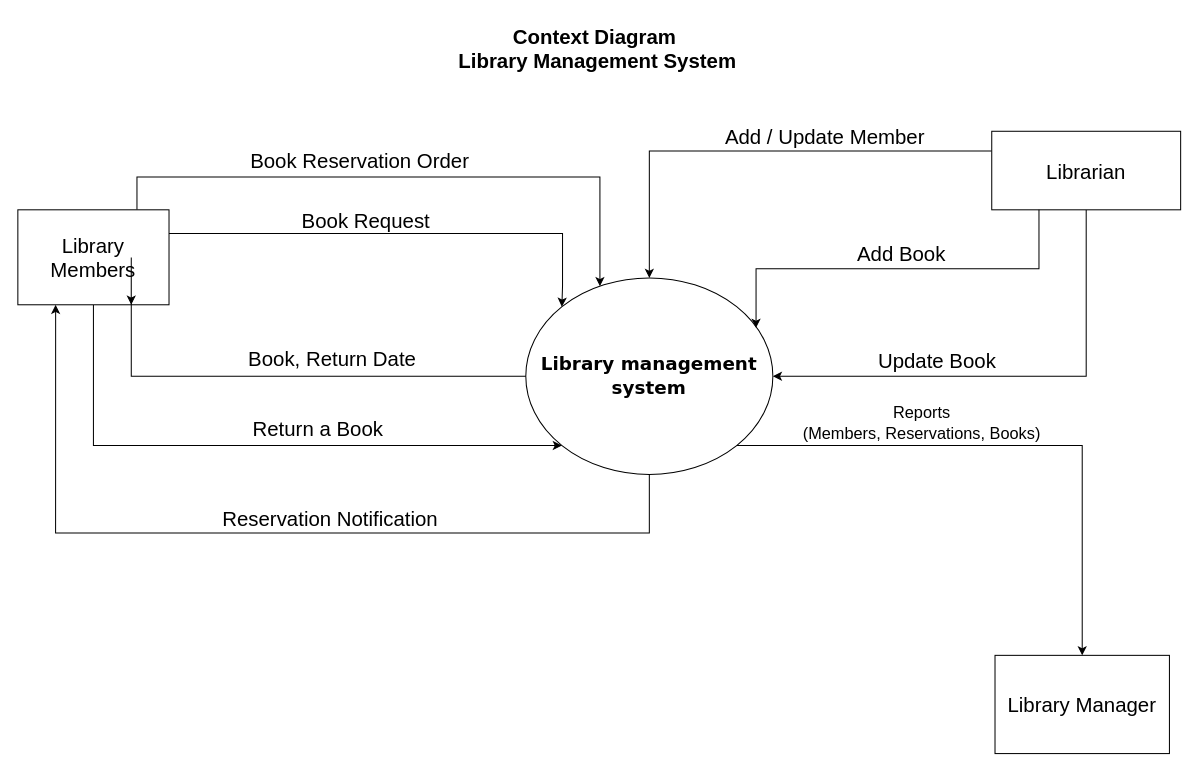
Abdulrahman-Sayed-1/Library-Management-System keeps this draw.io diagram as Library Management System (Context Diagram).drawio. Above is the earlier version. Source tidied: cells renumbered, new cells numbered last; positions are measured from the earlier drawing's top-left corner, leaving out a move shared by most shapes. Both pictures are drawn from the tidied source at 102%, with x=0, y=0 at pixel (17, 17).
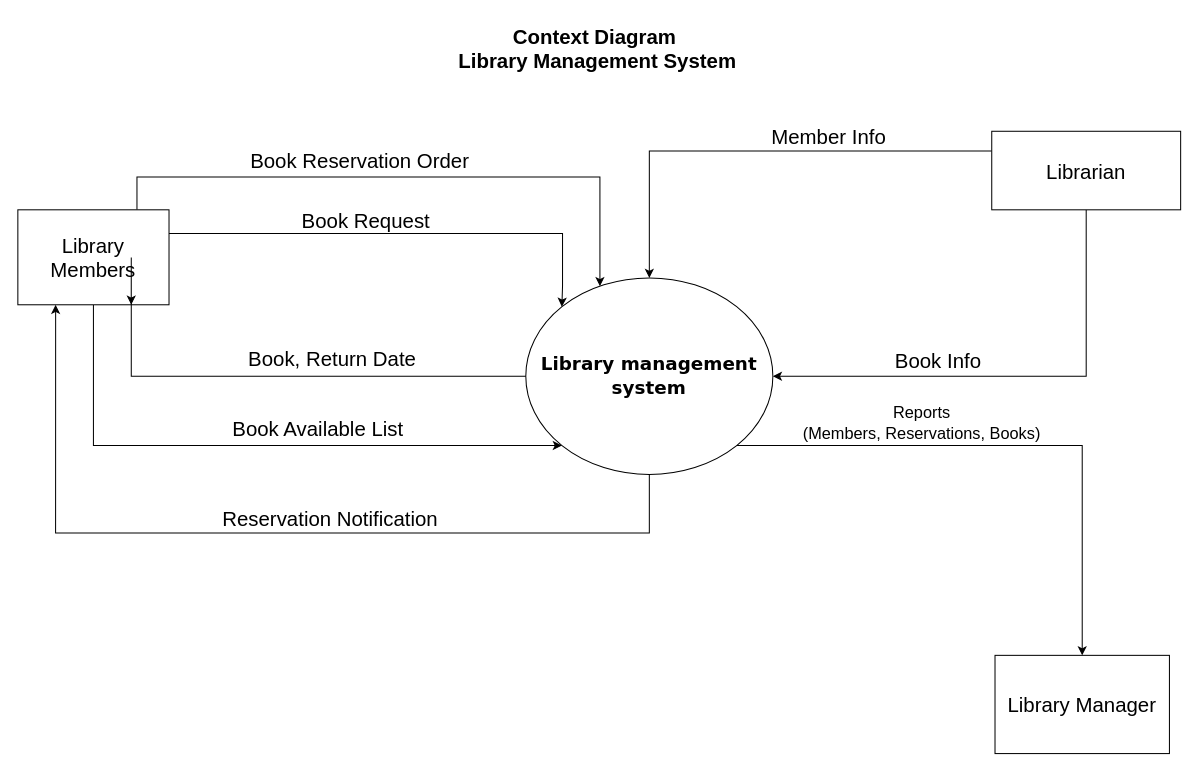
After the change.

Commit message:
Change the description written on the arrows.

Change all the description written on the arrows to names to verbs.

The change refers to these unchanged cells:
```xml
<mxCell id="3" style="group;" parent="1" vertex="1">
  <mxGeometry y="98" width="1140" height="623.3" as="geometry" />
</mxCell>
<mxCell id="4" value="&lt;font style=&quot;font-size: 18px;&quot; face=&quot;Verdana&quot;&gt;&lt;b style=&quot;font-size: 18px;&quot;&gt;Library management system&lt;/b&gt;&lt;/font&gt;" style="ellipse;whiteSpace=wrap;html=1;fontSize=18;" parent="3" vertex="1">
  <mxGeometry x="498" y="157" width="242.2" height="192.6" as="geometry" />
</mxCell>
<mxCell id="10" value="&lt;font style=&quot;font-size: 20px;&quot;&gt;Librarian&lt;br style=&quot;font-size: 20px;&quot;&gt;&lt;/font&gt;" style="rounded=0;whiteSpace=wrap;html=1;fontSize=20;" parent="3" vertex="1">
  <mxGeometry x="954.8" y="13.2" width="185.2" height="77" as="geometry" />
</mxCell>
```

Diff of the diagram source:
```diff
@@
-    <mxCell id="13" value="Add / Update Member" style="text;html=1;align=center;verticalAlign=middle;strokeColor=none;fillColor=none;fontSize=20;" parent="3" vertex="1">
-      <mxGeometry x="683.5" width="214" height="36" as="geometry" />
+    <mxCell id="13" value="&amp;nbsp;Member Info" style="text;html=1;align=center;verticalAlign=middle;strokeColor=none;fillColor=none;fontSize=20;" parent="3" vertex="1">
+      <mxGeometry x="723.5" width="136" height="36" as="geometry" />
     </mxCell>
@@
-    <mxCell id="15" value="Return a Book" style="text;html=1;align=center;verticalAlign=middle;strokeColor=none;fillColor=none;fontSize=20;" parent="3" vertex="1">
-      <mxGeometry x="219" y="284" width="150" height="40" as="geometry" />
+    <mxCell id="15" value="Book Available List" style="text;html=1;align=center;verticalAlign=middle;strokeColor=none;fillColor=none;fontSize=20;" parent="3" vertex="1">
+      <mxGeometry x="201" y="286" width="186" height="36" as="geometry" />
     </mxCell>
@@
-    <mxCell id="22" style="edgeStyle=elbowEdgeStyle;rounded=0;jettySize=auto;elbow=vertical;html=1;exitX=0.25;exitY=1;exitDx=0;exitDy=0;entryX=0.932;entryY=0.254;entryDx=0;entryDy=0;entryPerimeter=0;" parent="3" edge="1" source="10" target="4">
-      <mxGeometry relative="1" as="geometry" />
-    </mxCell>
@@
-    <mxCell id="24" value="Update Book" style="text;html=1;align=center;verticalAlign=middle;strokeColor=none;fillColor=none;fontSize=20;" parent="3" vertex="1">
-      <mxGeometry x="834" y="220" width="134" height="36" as="geometry" />
+    <mxCell id="24" value="Book Info" style="text;html=1;align=center;verticalAlign=middle;strokeColor=none;fillColor=none;fontSize=20;" parent="3" vertex="1">
+      <mxGeometry x="850" y="220" width="103" height="36" as="geometry" />
     </mxCell>
-    <mxCell id="25" value="Add Book" style="text;html=1;align=center;verticalAlign=middle;strokeColor=none;fillColor=none;fontSize=20;" parent="3" vertex="1">
-      <mxGeometry x="813" y="115" width="105" height="36" as="geometry" />
-    </mxCell>
```
